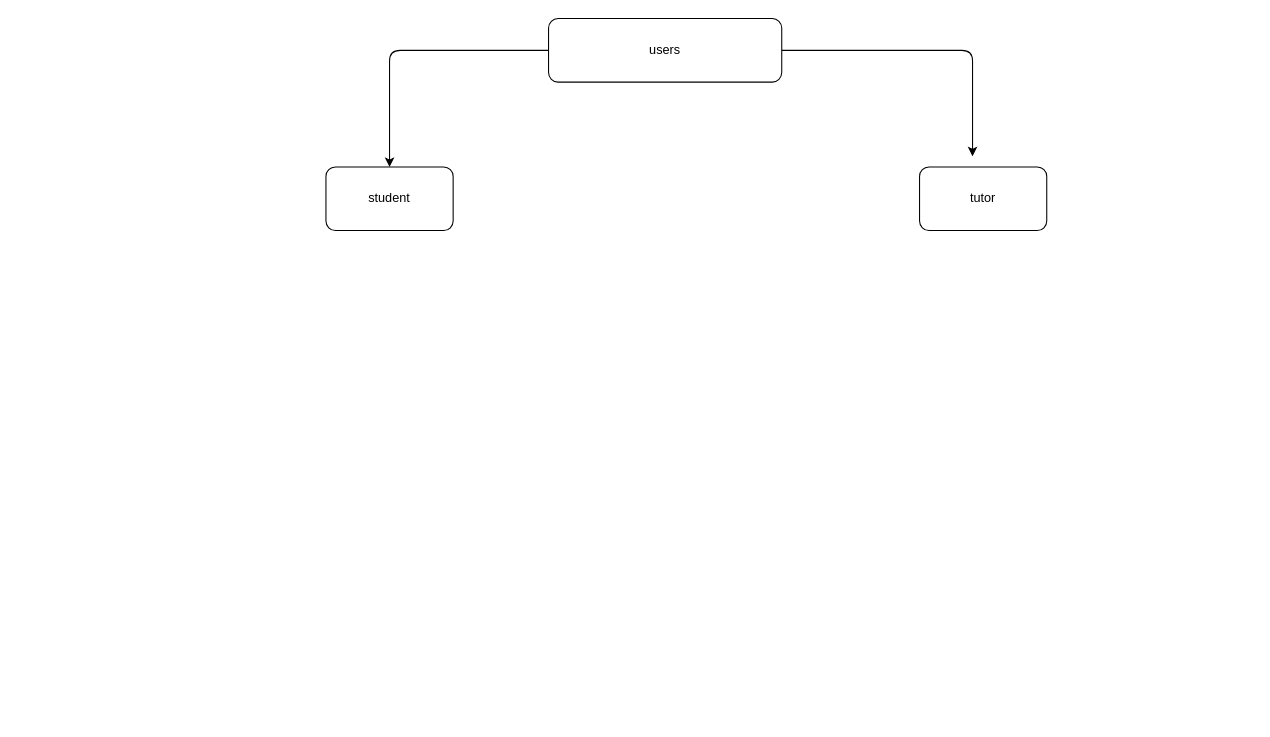
Before: .drawio in Othman-Elsayed/education-express-js, a draw.io diagram. Source tidied: cells renumbered, new cells numbered last; positions are measured from the earlier drawing's top-left corner, leaving out a move shared by most shapes. Both pictures are drawn from the tidied source at 106%, with x=0, y=0 at pixel (325, 18).
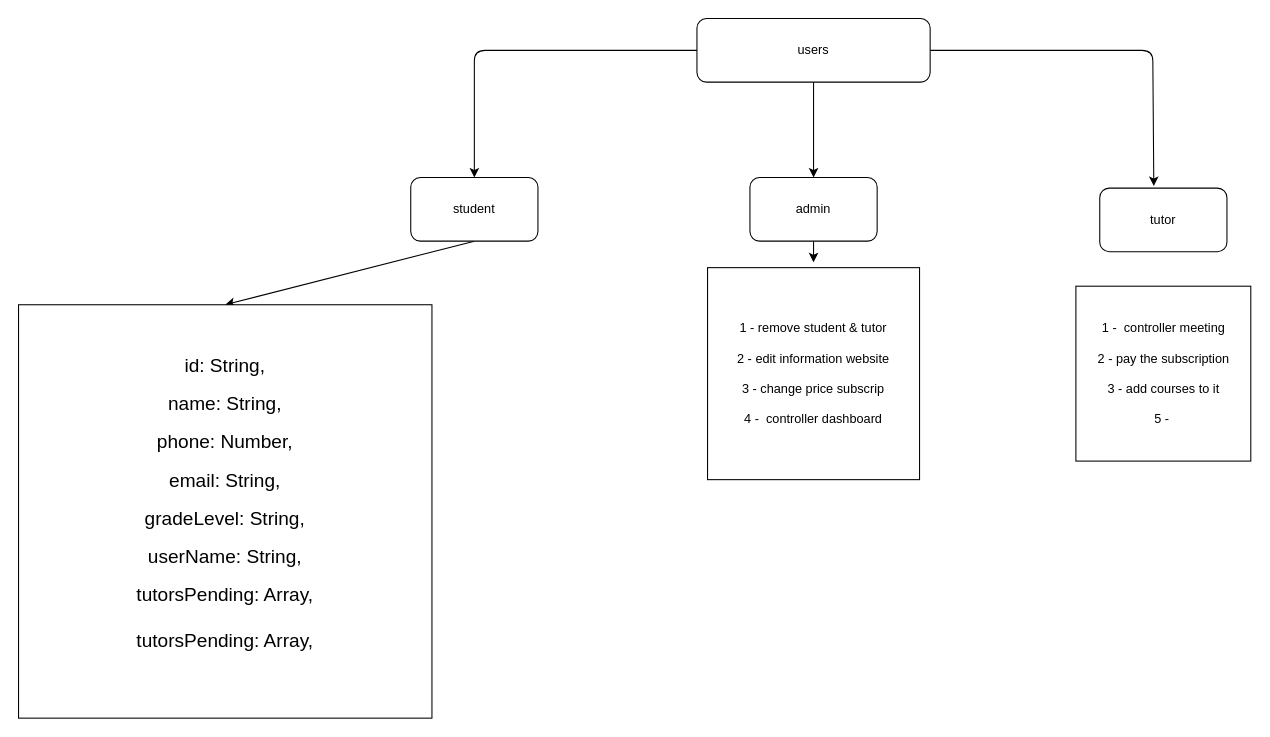
The same page after the edit.

The edit, as a diff of the source:
```diff
@@
 <mxGraphModel>
   <root>
     <mxCell id="0" />
     <mxCell id="1" parent="0" />
-    <mxCell id="2" style="edgeStyle=orthogonalEdgeStyle;html=1;" parent="1" edge="1" source="4">
+    <mxCell id="2" style="edgeStyle=orthogonalEdgeStyle;html=1;entryX=0.425;entryY=-0.033;entryDx=0;entryDy=0;entryPerimeter=0;" parent="1" edge="1" source="4" target="5">
       <mxGeometry relative="1" as="geometry">
-        <mxPoint x="610" y="130" as="targetPoint" />
         <Array as="points">
-          <mxPoint x="610" y="30" />
-          <mxPoint x="610" y="130" />
+          <mxPoint x="780" y="30" />
         </Array>
       </mxGeometry>
     </mxCell>
     <mxCell id="3" style="edgeStyle=orthogonalEdgeStyle;html=1;exitX=0;exitY=0.5;exitDx=0;exitDy=0;" parent="1" edge="1" source="4">
       <mxGeometry relative="1" as="geometry">
-        <mxPoint x="60" y="140" as="targetPoint" />
+        <mxPoint x="140" y="150" as="targetPoint" />
         <Array as="points">
-          <mxPoint x="60" y="30" />
-          <mxPoint x="60" y="130" />
+          <mxPoint x="140" y="30" />
+          <mxPoint x="140" y="140" />
         </Array>
       </mxGeometry>
     </mxCell>
+    <mxCell id="7" style="edgeStyle=none;html=1;" parent="1" edge="1" source="4" target="10">
+      <mxGeometry relative="1" as="geometry">
+        <Array as="points">
+          <mxPoint x="460" y="130" />
+          <mxPoint x="460" y="140" />
+        </Array>
+      </mxGeometry>
+    </mxCell>
     <mxCell id="4" value="users" style="rounded=1;whiteSpace=wrap;html=1;" parent="1" vertex="1">
-      <mxGeometry x="210" width="220" height="60" as="geometry" />
+      <mxGeometry x="350" width="220" height="60" as="geometry" />
     </mxCell>
     <mxCell id="5" value="tutor" style="rounded=1;whiteSpace=wrap;html=1;" parent="1" vertex="1">
-      <mxGeometry x="560" y="140" width="120" height="60" as="geometry" />
+      <mxGeometry x="730" y="160" width="120" height="60" as="geometry" />
     </mxCell>
+    <mxCell id="8" style="edgeStyle=none;html=1;exitX=0.5;exitY=1;exitDx=0;exitDy=0;entryX=0.5;entryY=0;entryDx=0;entryDy=0;" parent="1" edge="1" source="6" target="11">
+      <mxGeometry relative="1" as="geometry" />
+    </mxCell>
     <mxCell id="6" value="student" style="rounded=1;whiteSpace=wrap;html=1;" parent="1" vertex="1">
-      <mxGeometry y="140" width="120" height="60" as="geometry" />
+      <mxGeometry x="80" y="150" width="120" height="60" as="geometry" />
     </mxCell>
+    <mxCell id="9" style="edgeStyle=none;html=1;exitX=0.5;exitY=1;exitDx=0;exitDy=0;" parent="1" edge="1" source="10">
+      <mxGeometry relative="1" as="geometry">
+        <mxPoint x="460" y="230" as="targetPoint" />
+      </mxGeometry>
+    </mxCell>
+    <mxCell id="10" value="admin" style="rounded=1;whiteSpace=wrap;html=1;" parent="1" vertex="1">
+      <mxGeometry x="400" y="150" width="120" height="60" as="geometry" />
+    </mxCell>
+    <mxCell id="11" value="&lt;font style=&quot;&quot;&gt;&lt;font style=&quot;&quot;&gt;&lt;span style=&quot;font-size: 18px;&quot;&gt;id: String,&lt;/span&gt;&lt;br&gt;&lt;br&gt;&lt;span style=&quot;font-size: 18px;&quot;&gt;name: String,&lt;/span&gt;&lt;br&gt;&lt;br&gt;&lt;span style=&quot;font-size: 18px;&quot;&gt;phone: Number,&lt;/span&gt;&lt;br&gt;&lt;br&gt;&lt;span style=&quot;font-size: 18px;&quot;&gt;email: String,&lt;/span&gt;&lt;br&gt;&lt;br&gt;&lt;span style=&quot;font-size: 18px;&quot;&gt;gradeLevel: String&lt;/span&gt;&lt;span style=&quot;font-size: 18px;&quot;&gt;,&lt;/span&gt;&lt;br&gt;&lt;br&gt;&lt;span style=&quot;font-size: 18px;&quot;&gt;userName: String,&lt;br&gt;&lt;/span&gt;&lt;br&gt;&lt;span style=&quot;font-size: 18px;&quot;&gt;tutorsPending: Array,&lt;br&gt;&lt;br&gt;&lt;/span&gt;&lt;span style=&quot;font-size: 18px;&quot;&gt;tutorsPending: Array,&lt;/span&gt;&lt;br style=&quot;font-size: 18px;&quot;&gt;&lt;br&gt;&lt;/font&gt;&lt;/font&gt;" style="whiteSpace=wrap;html=1;" parent="1" vertex="1">
+      <mxGeometry x="-290" y="270" width="390" height="390" as="geometry" />
+    </mxCell>
+    <mxCell id="12" value="1 - remove student &amp;amp; tutor&lt;br&gt;&lt;br&gt;2 - edit information website&lt;br&gt;&lt;br&gt;3 - change price subscrip&lt;br&gt;&lt;br&gt;4 -&amp;nbsp; controller dashboard" style="whiteSpace=wrap;html=1;" parent="1" vertex="1">
+      <mxGeometry x="360" y="235" width="200" height="200" as="geometry" />
+    </mxCell>
+    <mxCell id="13" value="1 -&amp;nbsp; controller meeting&lt;br&gt;&lt;br&gt;2 -&amp;nbsp;pay the subscription&lt;br&gt;&lt;br&gt;3 -&amp;nbsp;add courses to it&lt;br&gt;&lt;br&gt;5 -&amp;nbsp;" style="whiteSpace=wrap;html=1;" parent="1" vertex="1">
+      <mxGeometry x="707.5" y="252.5" width="165" height="165" as="geometry" />
+    </mxCell>
   </root>
 </mxGraphModel>
```
